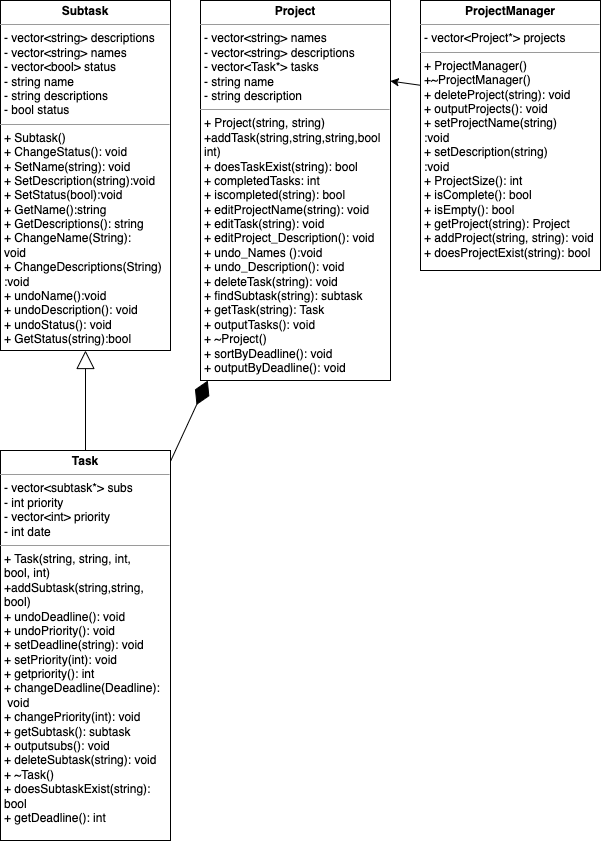
This is images/UML_CS100P.png from ELing24/Task_Scheduler_CPP, a draw.io export, as it was before one commit. Source tidied: cells renumbered, new cells last; positions are measured from the earlier drawing's top-left corner, leaving out a move shared by most shapes.
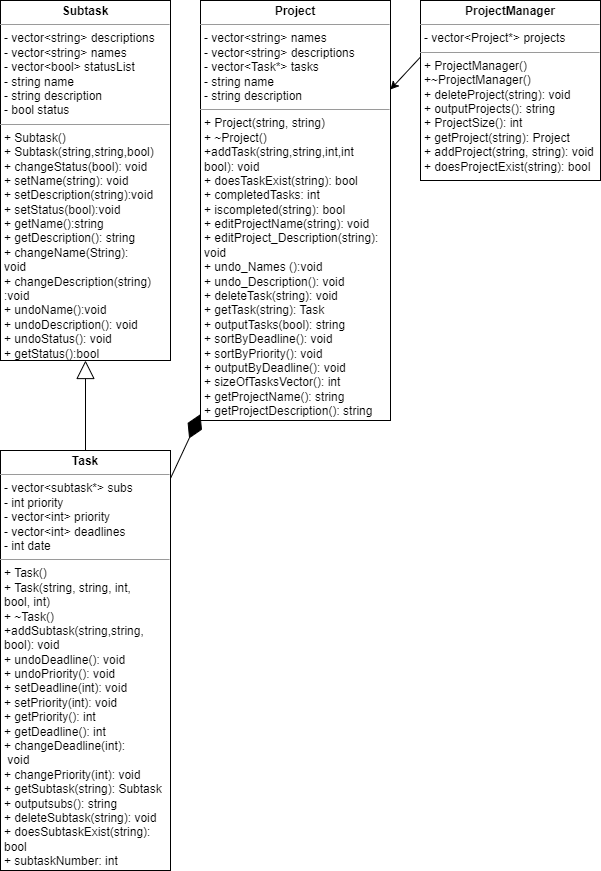
The same file after the commit.

The edit, as a diff of the source:
```diff
@@ -2,17 +2,17 @@
   <root>
     <mxCell id="0" />
     <mxCell id="1" parent="0" />
-    <mxCell id="2" value="&lt;p style=&quot;margin:0px;margin-top:4px;text-align:center;&quot;&gt;&lt;b&gt;ProjectManager&lt;/b&gt;&lt;/p&gt;&lt;hr size=&quot;1&quot;&gt;&lt;p style=&quot;margin:0px;margin-left:4px;&quot;&gt;- vector&amp;lt;Project*&amp;gt; projects&lt;/p&gt;&lt;hr size=&quot;1&quot;&gt;&lt;p style=&quot;margin:0px;margin-left:4px;&quot;&gt;+ ProjectManager()&lt;/p&gt;&lt;p style=&quot;margin:0px;margin-left:4px;&quot;&gt;+~ProjectManager()&lt;/p&gt;&lt;p style=&quot;margin:0px;margin-left:4px;&quot;&gt;+ deleteProject(string): void&lt;br&gt;&lt;/p&gt;&lt;p style=&quot;margin:0px;margin-left:4px;&quot;&gt;+ outputProjects(): void&lt;br&gt;&lt;/p&gt;&lt;p style=&quot;margin:0px;margin-left:4px;&quot;&gt;+ setProjectName(string)&lt;br&gt;&lt;/p&gt;&lt;p style=&quot;margin:0px;margin-left:4px;&quot;&gt;:void&lt;/p&gt;&lt;p style=&quot;margin:0px;margin-left:4px;&quot;&gt;+ setDescription(string)&lt;br&gt;&lt;/p&gt;&lt;p style=&quot;margin:0px;margin-left:4px;&quot;&gt;:void&lt;/p&gt;&lt;p style=&quot;margin:0px;margin-left:4px;&quot;&gt;+ ProjectSize(): int&lt;/p&gt;&lt;p style=&quot;margin:0px;margin-left:4px;&quot;&gt;+ isComplete(): bool&lt;br&gt;&lt;/p&gt;&lt;p style=&quot;margin:0px;margin-left:4px;&quot;&gt;+ isEmpty(): bool&lt;br&gt;&lt;/p&gt;&lt;p style=&quot;margin:0px;margin-left:4px;&quot;&gt;+ getProject(string): Project&lt;/p&gt;&lt;p style=&quot;margin:0px;margin-left:4px;&quot;&gt;+ addProject(string, string): void&lt;/p&gt;&lt;p style=&quot;margin:0px;margin-left:4px;&quot;&gt;+ doesProjectExist(string): bool&lt;/p&gt;" style="verticalAlign=top;align=left;overflow=fill;fontSize=12;fontFamily=Helvetica;html=1;" parent="1" vertex="1">
-      <mxGeometry x="420" width="180" height="270" as="geometry" />
+    <mxCell id="2" value="&lt;p style=&quot;margin:0px;margin-top:4px;text-align:center;&quot;&gt;&lt;b&gt;ProjectManager&lt;/b&gt;&lt;/p&gt;&lt;hr size=&quot;1&quot;&gt;&lt;p style=&quot;margin:0px;margin-left:4px;&quot;&gt;- vector&amp;lt;Project*&amp;gt; projects&lt;/p&gt;&lt;hr size=&quot;1&quot;&gt;&lt;p style=&quot;margin:0px;margin-left:4px;&quot;&gt;+ ProjectManager()&lt;/p&gt;&lt;p style=&quot;margin:0px;margin-left:4px;&quot;&gt;+~ProjectManager()&lt;/p&gt;&lt;p style=&quot;margin:0px;margin-left:4px;&quot;&gt;+ deleteProject(string): void&lt;br&gt;&lt;/p&gt;&lt;p style=&quot;margin:0px;margin-left:4px;&quot;&gt;+ outputProjects(): string&lt;/p&gt;&lt;p style=&quot;margin:0px;margin-left:4px;&quot;&gt;+ ProjectSize(): int&lt;/p&gt;&lt;p style=&quot;margin:0px;margin-left:4px;&quot;&gt;+ getProject(string): Project&lt;/p&gt;&lt;p style=&quot;margin:0px;margin-left:4px;&quot;&gt;+ addProject(string, string): void&lt;/p&gt;&lt;p style=&quot;margin:0px;margin-left:4px;&quot;&gt;+ doesProjectExist(string): bool&lt;/p&gt;" style="verticalAlign=top;align=left;overflow=fill;fontSize=12;fontFamily=Helvetica;html=1;" parent="1" vertex="1">
+      <mxGeometry x="420" width="180" height="180" as="geometry" />
     </mxCell>
-    <mxCell id="3" value="&lt;p style=&quot;margin:0px;margin-top:4px;text-align:center;&quot;&gt;&lt;b&gt;Project&lt;/b&gt;&lt;/p&gt;&lt;hr size=&quot;1&quot;&gt;&lt;p style=&quot;margin:0px;margin-left:4px;&quot;&gt;- vector&amp;lt;string&amp;gt; names&lt;br&gt;&lt;/p&gt;&lt;p style=&quot;margin:0px;margin-left:4px;&quot;&gt;- vector&amp;lt;string&amp;gt; descriptions&lt;/p&gt;&lt;p style=&quot;margin:0px;margin-left:4px;&quot;&gt;- vector&amp;lt;Task*&amp;gt; tasks&lt;br&gt;&lt;/p&gt;&lt;p style=&quot;margin:0px;margin-left:4px;&quot;&gt;- string name&lt;/p&gt;&lt;p style=&quot;margin:0px;margin-left:4px;&quot;&gt;- string description&lt;/p&gt;&lt;hr size=&quot;1&quot;&gt;&lt;p style=&quot;margin:0px;margin-left:4px;&quot;&gt;&lt;span style=&quot;background-color: initial;&quot;&gt;+ Project(string, string)&lt;/span&gt;&lt;/p&gt;&lt;p style=&quot;margin:0px;margin-left:4px;&quot;&gt;&lt;span style=&quot;background-color: initial;&quot;&gt;+addTask(string,string,string,bool&lt;/span&gt;&lt;/p&gt;&lt;p style=&quot;margin:0px;margin-left:4px;&quot;&gt;&lt;span style=&quot;background-color: initial;&quot;&gt;int)&lt;/span&gt;&lt;/p&gt;&lt;p style=&quot;margin:0px;margin-left:4px;&quot;&gt;&lt;span style=&quot;background-color: initial;&quot;&gt;+ doesTaskExist(string): bool&lt;/span&gt;&lt;/p&gt;&lt;p style=&quot;margin:0px;margin-left:4px;&quot;&gt;+ completedTasks: int&lt;br&gt;&lt;/p&gt;&lt;p style=&quot;margin:0px;margin-left:4px;&quot;&gt;+ iscompleted(string): bool&lt;/p&gt;&lt;p style=&quot;margin:0px;margin-left:4px;&quot;&gt;+ editProjectName(string): void&lt;br&gt;&lt;/p&gt;&lt;p style=&quot;margin:0px;margin-left:4px;&quot;&gt;+ editTask(string): void&lt;/p&gt;&lt;p style=&quot;margin:0px;margin-left:4px;&quot;&gt;+ editProject_Description(): void&lt;br&gt;&lt;/p&gt;&lt;p style=&quot;margin:0px;margin-left:4px;&quot;&gt;+ undo_Names ():void&lt;br&gt;&lt;/p&gt;&lt;p style=&quot;margin:0px;margin-left:4px;&quot;&gt;+ undo_Description(): void&lt;br&gt;&lt;/p&gt;&lt;p style=&quot;margin:0px;margin-left:4px;&quot;&gt;+ deleteTask(string): void&lt;/p&gt;&lt;p style=&quot;margin:0px;margin-left:4px;&quot;&gt;+ findSubtask(string): subtask&lt;/p&gt;&lt;p style=&quot;margin:0px;margin-left:4px;&quot;&gt;+ getTask(string): Task&lt;/p&gt;&lt;p style=&quot;margin:0px;margin-left:4px;&quot;&gt;+ outputTasks(): void&lt;/p&gt;&lt;p style=&quot;margin:0px;margin-left:4px;&quot;&gt;+ ~Project()&lt;/p&gt;&lt;p style=&quot;margin:0px;margin-left:4px;&quot;&gt;+ sortByDeadline(): void&lt;/p&gt;&lt;p style=&quot;margin:0px;margin-left:4px;&quot;&gt;+ outputByDeadline(): void&lt;/p&gt;&lt;p style=&quot;margin:0px;margin-left:4px;&quot;&gt;&lt;br&gt;&lt;/p&gt;&lt;p style=&quot;margin:0px;margin-left:4px;&quot;&gt;&lt;br&gt;&lt;/p&gt;" style="verticalAlign=top;align=left;overflow=fill;fontSize=12;fontFamily=Helvetica;html=1;" parent="1" vertex="1">
-      <mxGeometry x="200" width="190" height="380" as="geometry" />
+    <mxCell id="3" value="&lt;p style=&quot;margin:0px;margin-top:4px;text-align:center;&quot;&gt;&lt;b&gt;Project&lt;/b&gt;&lt;/p&gt;&lt;hr size=&quot;1&quot;&gt;&lt;p style=&quot;margin:0px;margin-left:4px;&quot;&gt;- vector&amp;lt;string&amp;gt; names&lt;br&gt;&lt;/p&gt;&lt;p style=&quot;margin:0px;margin-left:4px;&quot;&gt;- vector&amp;lt;string&amp;gt; descriptions&lt;/p&gt;&lt;p style=&quot;margin:0px;margin-left:4px;&quot;&gt;- vector&amp;lt;Task*&amp;gt; tasks&lt;br&gt;&lt;/p&gt;&lt;p style=&quot;margin:0px;margin-left:4px;&quot;&gt;- string name&lt;/p&gt;&lt;p style=&quot;margin:0px;margin-left:4px;&quot;&gt;- string description&lt;/p&gt;&lt;hr size=&quot;1&quot;&gt;&lt;p style=&quot;margin:0px;margin-left:4px;&quot;&gt;&lt;span style=&quot;background-color: initial;&quot;&gt;+ Project(string, string)&lt;/span&gt;&lt;/p&gt;&lt;p style=&quot;margin:0px;margin-left:4px;&quot;&gt;&lt;span style=&quot;background-color: initial;&quot;&gt;+ ~Project()&lt;/span&gt;&lt;/p&gt;&lt;p style=&quot;margin:0px;margin-left:4px;&quot;&gt;&lt;span style=&quot;background-color: initial;&quot;&gt;+addTask(string,string,int,int&lt;/span&gt;&lt;/p&gt;&lt;p style=&quot;margin:0px;margin-left:4px;&quot;&gt;&lt;span style=&quot;background-color: initial;&quot;&gt;bool): void&lt;/span&gt;&lt;/p&gt;&lt;p style=&quot;margin:0px;margin-left:4px;&quot;&gt;&lt;span style=&quot;background-color: initial;&quot;&gt;+ doesTaskExist(string): bool&lt;/span&gt;&lt;/p&gt;&lt;p style=&quot;margin:0px;margin-left:4px;&quot;&gt;+ completedTasks: int&lt;br&gt;&lt;/p&gt;&lt;p style=&quot;margin:0px;margin-left:4px;&quot;&gt;+ iscompleted(string): bool&lt;/p&gt;&lt;p style=&quot;margin:0px;margin-left:4px;&quot;&gt;+ editProjectName(string): void&lt;br&gt;&lt;/p&gt;&lt;p style=&quot;margin:0px;margin-left:4px;&quot;&gt;&lt;span style=&quot;background-color: initial;&quot;&gt;+ editProject_Description(string):&amp;nbsp;&lt;/span&gt;&lt;/p&gt;&lt;p style=&quot;margin:0px;margin-left:4px;&quot;&gt;&lt;span style=&quot;background-color: initial;&quot;&gt;void&lt;/span&gt;&lt;br&gt;&lt;/p&gt;&lt;p style=&quot;margin:0px;margin-left:4px;&quot;&gt;+ undo_Names ():void&lt;br&gt;&lt;/p&gt;&lt;p style=&quot;margin:0px;margin-left:4px;&quot;&gt;+ undo_Description(): void&lt;br&gt;&lt;/p&gt;&lt;p style=&quot;margin:0px;margin-left:4px;&quot;&gt;+ deleteTask(string): void&lt;/p&gt;&lt;p style=&quot;margin:0px;margin-left:4px;&quot;&gt;+ getTask(string): Task&lt;/p&gt;&lt;p style=&quot;margin:0px;margin-left:4px;&quot;&gt;+ outputTasks(bool): string&lt;/p&gt;&lt;p style=&quot;margin:0px;margin-left:4px;&quot;&gt;+ sortByDeadline(): void&lt;/p&gt;&lt;p style=&quot;margin:0px;margin-left:4px;&quot;&gt;+ sortByPriority(): void&lt;br&gt;&lt;/p&gt;&lt;p style=&quot;margin:0px;margin-left:4px;&quot;&gt;+ outputByDeadline(): void&lt;/p&gt;&lt;p style=&quot;margin:0px;margin-left:4px;&quot;&gt;+ sizeOfTasksVector(): int&lt;/p&gt;&lt;p style=&quot;margin:0px;margin-left:4px;&quot;&gt;+ getProjectName(): string&lt;/p&gt;&lt;p style=&quot;margin:0px;margin-left:4px;&quot;&gt;+ getProjectDescription(): string&lt;/p&gt;&lt;p style=&quot;margin:0px;margin-left:4px;&quot;&gt;&lt;br&gt;&lt;/p&gt;&lt;p style=&quot;margin:0px;margin-left:4px;&quot;&gt;&lt;br&gt;&lt;/p&gt;" style="verticalAlign=top;align=left;overflow=fill;fontSize=12;fontFamily=Helvetica;html=1;" parent="1" vertex="1">
+      <mxGeometry x="200" width="190" height="420" as="geometry" />
     </mxCell>
-    <mxCell id="4" value="&lt;p style=&quot;margin:0px;margin-top:4px;text-align:center;&quot;&gt;&lt;b&gt;Task&lt;/b&gt;&lt;/p&gt;&lt;hr size=&quot;1&quot;&gt;&lt;p style=&quot;margin:0px;margin-left:4px;&quot;&gt;- vector&amp;lt;subtask*&amp;gt; subs&lt;br&gt;&lt;/p&gt;&lt;p style=&quot;margin:0px;margin-left:4px;&quot;&gt;- int priority&lt;/p&gt;&lt;p style=&quot;margin:0px;margin-left:4px;&quot;&gt;- vector&amp;lt;int&amp;gt; priority&lt;/p&gt;&lt;p style=&quot;margin:0px;margin-left:4px;&quot;&gt;- int date&lt;/p&gt;&lt;hr size=&quot;1&quot;&gt;&lt;p style=&quot;margin:0px;margin-left:4px;&quot;&gt;&lt;span style=&quot;background-color: initial;&quot;&gt;+ Task(string, string, int,&amp;nbsp;&lt;/span&gt;&lt;/p&gt;&lt;p style=&quot;margin:0px;margin-left:4px;&quot;&gt;&lt;span style=&quot;background-color: initial;&quot;&gt;bool, int)&lt;/span&gt;&lt;/p&gt;&lt;p style=&quot;margin:0px;margin-left:4px;&quot;&gt;+addSubtask(string,string,&lt;/p&gt;&lt;p style=&quot;margin:0px;margin-left:4px;&quot;&gt;bool)&lt;/p&gt;&lt;p style=&quot;margin:0px;margin-left:4px;&quot;&gt;+ undoDeadline(): void&lt;/p&gt;&lt;p style=&quot;margin:0px;margin-left:4px;&quot;&gt;+ undoPriority(): void&lt;/p&gt;&lt;p style=&quot;margin:0px;margin-left:4px;&quot;&gt;+ setDeadline(string): void&lt;br&gt;&lt;/p&gt;&lt;p style=&quot;margin:0px;margin-left:4px;&quot;&gt;+ setPriority(int): void&lt;/p&gt;&lt;p style=&quot;margin:0px;margin-left:4px;&quot;&gt;+ getpriority(): int&lt;/p&gt;&lt;p style=&quot;margin:0px;margin-left:4px;&quot;&gt;+ changeDeadline(Deadline):&lt;/p&gt;&lt;p style=&quot;margin:0px;margin-left:4px;&quot;&gt;&amp;nbsp;void&lt;/p&gt;&lt;p style=&quot;margin:0px;margin-left:4px;&quot;&gt;+ changePriority(int): void&lt;/p&gt;&lt;p style=&quot;margin:0px;margin-left:4px;&quot;&gt;+ getSubtask(): subtask&lt;/p&gt;&lt;p style=&quot;margin:0px;margin-left:4px;&quot;&gt;+ outputsubs(): void&lt;/p&gt;&lt;p style=&quot;margin:0px;margin-left:4px;&quot;&gt;+ deleteSubtask(string): void&lt;/p&gt;&lt;p style=&quot;margin:0px;margin-left:4px;&quot;&gt;+ ~Task()&lt;/p&gt;&lt;p style=&quot;margin:0px;margin-left:4px;&quot;&gt;+ doesSubtaskExist(string):&lt;/p&gt;&lt;p style=&quot;margin:0px;margin-left:4px;&quot;&gt;bool&amp;nbsp;&lt;/p&gt;&lt;p style=&quot;margin:0px;margin-left:4px;&quot;&gt;+ getDeadline(): int&lt;/p&gt;" style="verticalAlign=top;align=left;overflow=fill;fontSize=12;fontFamily=Helvetica;html=1;" parent="1" vertex="1">
-      <mxGeometry y="450" width="170" height="390" as="geometry" />
+    <mxCell id="4" value="&lt;p style=&quot;margin:0px;margin-top:4px;text-align:center;&quot;&gt;&lt;b&gt;Task&lt;/b&gt;&lt;/p&gt;&lt;hr size=&quot;1&quot;&gt;&lt;p style=&quot;margin:0px;margin-left:4px;&quot;&gt;- vector&amp;lt;subtask*&amp;gt; subs&lt;br&gt;&lt;/p&gt;&lt;p style=&quot;margin:0px;margin-left:4px;&quot;&gt;- int priority&lt;/p&gt;&lt;p style=&quot;margin:0px;margin-left:4px;&quot;&gt;- vector&amp;lt;int&amp;gt; priority&lt;/p&gt;&lt;p style=&quot;margin:0px;margin-left:4px;&quot;&gt;- vector&amp;lt;int&amp;gt; deadlines&lt;br&gt;&lt;/p&gt;&lt;p style=&quot;margin:0px;margin-left:4px;&quot;&gt;- int date&lt;/p&gt;&lt;hr size=&quot;1&quot;&gt;&lt;p style=&quot;margin:0px;margin-left:4px;&quot;&gt;&lt;span style=&quot;background-color: initial;&quot;&gt;+ Task()&lt;/span&gt;&lt;/p&gt;&lt;p style=&quot;margin:0px;margin-left:4px;&quot;&gt;&lt;span style=&quot;background-color: initial;&quot;&gt;+ Task(string, string, int,&amp;nbsp;&lt;/span&gt;&lt;/p&gt;&lt;p style=&quot;margin:0px;margin-left:4px;&quot;&gt;&lt;span style=&quot;background-color: initial;&quot;&gt;bool, int)&lt;/span&gt;&lt;/p&gt;&lt;p style=&quot;margin:0px;margin-left:4px;&quot;&gt;&lt;span style=&quot;background-color: initial;&quot;&gt;+ ~Task()&lt;/span&gt;&lt;/p&gt;&lt;p style=&quot;margin:0px;margin-left:4px;&quot;&gt;+addSubtask(string,string,&lt;/p&gt;&lt;p style=&quot;margin:0px;margin-left:4px;&quot;&gt;bool): void&lt;/p&gt;&lt;p style=&quot;margin:0px;margin-left:4px;&quot;&gt;+ undoDeadline(): void&lt;/p&gt;&lt;p style=&quot;margin:0px;margin-left:4px;&quot;&gt;+ undoPriority(): void&lt;/p&gt;&lt;p style=&quot;margin:0px;margin-left:4px;&quot;&gt;+ setDeadline(int): void&lt;br&gt;&lt;/p&gt;&lt;p style=&quot;margin:0px;margin-left:4px;&quot;&gt;+ setPriority(int): void&lt;/p&gt;&lt;p style=&quot;margin:0px;margin-left:4px;&quot;&gt;+ getPriority(): int&lt;/p&gt;&lt;p style=&quot;margin:0px;margin-left:4px;&quot;&gt;+ getDeadline(): int&lt;br&gt;&lt;/p&gt;&lt;p style=&quot;margin:0px;margin-left:4px;&quot;&gt;+ changeDeadline(int):&lt;/p&gt;&lt;p style=&quot;margin:0px;margin-left:4px;&quot;&gt;&amp;nbsp;void&lt;/p&gt;&lt;p style=&quot;margin:0px;margin-left:4px;&quot;&gt;+ changePriority(int): void&lt;/p&gt;&lt;p style=&quot;margin:0px;margin-left:4px;&quot;&gt;+ getSubtask(string): Subtask&lt;/p&gt;&lt;p style=&quot;margin:0px;margin-left:4px;&quot;&gt;+ outputsubs(): string&lt;/p&gt;&lt;p style=&quot;margin:0px;margin-left:4px;&quot;&gt;+ deleteSubtask(string): void&lt;/p&gt;&lt;p style=&quot;margin:0px;margin-left:4px;&quot;&gt;+ doesSubtaskExist(string):&lt;/p&gt;&lt;p style=&quot;margin:0px;margin-left:4px;&quot;&gt;bool&amp;nbsp;&lt;/p&gt;&lt;p style=&quot;margin:0px;margin-left:4px;&quot;&gt;+ subtaskNumber: int&lt;/p&gt;" style="verticalAlign=top;align=left;overflow=fill;fontSize=12;fontFamily=Helvetica;html=1;" parent="1" vertex="1">
+      <mxGeometry y="450" width="170" height="420" as="geometry" />
     </mxCell>
-    <mxCell id="5" value="&lt;p style=&quot;margin:0px;margin-top:4px;text-align:center;&quot;&gt;&lt;b&gt;Subtask&lt;/b&gt;&lt;/p&gt;&lt;hr size=&quot;1&quot;&gt;&lt;p style=&quot;margin:0px;margin-left:4px;&quot;&gt;- vector&amp;lt;string&amp;gt; descriptions&lt;/p&gt;&lt;p style=&quot;margin:0px;margin-left:4px;&quot;&gt;- vector&amp;lt;string&amp;gt; names&lt;/p&gt;&lt;p style=&quot;margin:0px;margin-left:4px;&quot;&gt;- vector&amp;lt;bool&amp;gt; status&lt;/p&gt;&lt;p style=&quot;margin:0px;margin-left:4px;&quot;&gt;- string name&lt;/p&gt;&lt;p style=&quot;margin:0px;margin-left:4px;&quot;&gt;- string descriptions&lt;/p&gt;&lt;p style=&quot;margin:0px;margin-left:4px;&quot;&gt;- bool status&lt;/p&gt;&lt;hr size=&quot;1&quot;&gt;&lt;p style=&quot;margin:0px;margin-left:4px;&quot;&gt;+ Subtask()&lt;/p&gt;&lt;p style=&quot;margin:0px;margin-left:4px;&quot;&gt;+ ChangeStatus(): void&lt;br&gt;&lt;/p&gt;&lt;p style=&quot;margin:0px;margin-left:4px;&quot;&gt;+ SetName(string): void&lt;/p&gt;&lt;p style=&quot;margin:0px;margin-left:4px;&quot;&gt;+ SetDescription(string):void&lt;br&gt;&lt;/p&gt;&lt;p style=&quot;margin:0px;margin-left:4px;&quot;&gt;+ SetStatus(bool):void&lt;br&gt;&lt;/p&gt;&lt;p style=&quot;margin:0px;margin-left:4px;&quot;&gt;+ GetName():string&lt;br&gt;&lt;/p&gt;&lt;p style=&quot;margin:0px;margin-left:4px;&quot;&gt;+ GetDescriptions(): string&lt;br&gt;&lt;/p&gt;&lt;p style=&quot;margin:0px;margin-left:4px;&quot;&gt;+ ChangeName(String):&lt;br&gt;&lt;/p&gt;&lt;p style=&quot;margin:0px;margin-left:4px;&quot;&gt;void&lt;/p&gt;&lt;p style=&quot;margin:0px;margin-left:4px;&quot;&gt;+ ChangeDescriptions(String)&lt;br&gt;&lt;/p&gt;&lt;p style=&quot;margin:0px;margin-left:4px;&quot;&gt;:void&lt;/p&gt;&lt;p style=&quot;margin:0px;margin-left:4px;&quot;&gt;+ undoName():void&lt;br&gt;&lt;/p&gt;&lt;p style=&quot;margin:0px;margin-left:4px;&quot;&gt;+ undoDescription(): void&lt;br&gt;&lt;/p&gt;&lt;p style=&quot;margin:0px;margin-left:4px;&quot;&gt;+ undoStatus(): void&lt;/p&gt;&lt;p style=&quot;margin:0px;margin-left:4px;&quot;&gt;+ GetStatus(string):bool&lt;br&gt;&lt;/p&gt;&lt;p style=&quot;margin:0px;margin-left:4px;&quot;&gt;&lt;br&gt;&lt;/p&gt;&lt;p style=&quot;margin:0px;margin-left:4px;&quot;&gt;&lt;br&gt;&lt;/p&gt;" style="verticalAlign=top;align=left;overflow=fill;fontSize=12;fontFamily=Helvetica;html=1;" parent="1" vertex="1">
-      <mxGeometry width="170" height="350" as="geometry" />
+    <mxCell id="5" value="&lt;p style=&quot;margin:0px;margin-top:4px;text-align:center;&quot;&gt;&lt;b&gt;Subtask&lt;/b&gt;&lt;/p&gt;&lt;hr size=&quot;1&quot;&gt;&lt;p style=&quot;margin:0px;margin-left:4px;&quot;&gt;- vector&amp;lt;string&amp;gt; descriptions&lt;/p&gt;&lt;p style=&quot;margin:0px;margin-left:4px;&quot;&gt;- vector&amp;lt;string&amp;gt; names&lt;/p&gt;&lt;p style=&quot;margin:0px;margin-left:4px;&quot;&gt;- vector&amp;lt;bool&amp;gt; statusList&lt;/p&gt;&lt;p style=&quot;margin:0px;margin-left:4px;&quot;&gt;- string name&lt;/p&gt;&lt;p style=&quot;margin:0px;margin-left:4px;&quot;&gt;- string description&lt;/p&gt;&lt;p style=&quot;margin:0px;margin-left:4px;&quot;&gt;- bool status&lt;/p&gt;&lt;hr size=&quot;1&quot;&gt;&lt;p style=&quot;margin:0px;margin-left:4px;&quot;&gt;+ Subtask()&lt;/p&gt;&lt;p style=&quot;margin:0px;margin-left:4px;&quot;&gt;+ Subtask(string,string,bool)&lt;br&gt;&lt;/p&gt;&lt;p style=&quot;margin:0px;margin-left:4px;&quot;&gt;+ changeStatus(bool): void&lt;br&gt;&lt;/p&gt;&lt;p style=&quot;margin:0px;margin-left:4px;&quot;&gt;+ setName(string): void&lt;/p&gt;&lt;p style=&quot;margin:0px;margin-left:4px;&quot;&gt;+ setDescription(string):void&lt;br&gt;&lt;/p&gt;&lt;p style=&quot;margin:0px;margin-left:4px;&quot;&gt;+ setStatus(bool):void&lt;br&gt;&lt;/p&gt;&lt;p style=&quot;margin:0px;margin-left:4px;&quot;&gt;+ getName():string&lt;br&gt;&lt;/p&gt;&lt;p style=&quot;margin:0px;margin-left:4px;&quot;&gt;+ getDescription(): string&lt;br&gt;&lt;/p&gt;&lt;p style=&quot;margin:0px;margin-left:4px;&quot;&gt;+ changeName(String):&lt;br&gt;&lt;/p&gt;&lt;p style=&quot;margin:0px;margin-left:4px;&quot;&gt;void&lt;/p&gt;&lt;p style=&quot;margin:0px;margin-left:4px;&quot;&gt;+ changeDescription(string)&lt;br&gt;&lt;/p&gt;&lt;p style=&quot;margin:0px;margin-left:4px;&quot;&gt;:void&lt;/p&gt;&lt;p style=&quot;margin:0px;margin-left:4px;&quot;&gt;+ undoName():void&lt;br&gt;&lt;/p&gt;&lt;p style=&quot;margin:0px;margin-left:4px;&quot;&gt;+ undoDescription(): void&lt;br&gt;&lt;/p&gt;&lt;p style=&quot;margin:0px;margin-left:4px;&quot;&gt;+ undoStatus(): void&lt;/p&gt;&lt;p style=&quot;margin:0px;margin-left:4px;&quot;&gt;+ getStatus():bool&lt;br&gt;&lt;/p&gt;&lt;p style=&quot;margin:0px;margin-left:4px;&quot;&gt;&lt;br&gt;&lt;/p&gt;&lt;p style=&quot;margin:0px;margin-left:4px;&quot;&gt;&lt;br&gt;&lt;/p&gt;" style="verticalAlign=top;align=left;overflow=fill;fontSize=12;fontFamily=Helvetica;html=1;" parent="1" vertex="1">
+      <mxGeometry width="170" height="360" as="geometry" />
     </mxCell>
     <mxCell id="6" style="endArrow=classic;html=1;rounded=0;fontSize=10;exitX=0;exitY=0.314;exitDx=0;exitDy=0;exitPerimeter=0;entryX=0.999;entryY=0.212;entryDx=0;entryDy=0;entryPerimeter=0;" parent="1" edge="1" source="2" target="3">
       <mxGeometry relative="1" as="geometry" />
```
